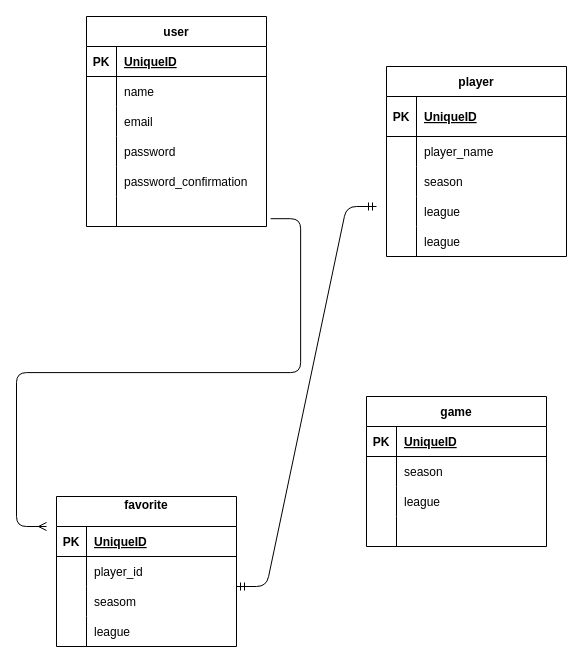
This is er_sample.drawio from Masaki-ohara/Players-Serach, a draw.io file, before an edit. Source tidied: cells renumbered, new cells numbered last; positions are measured from the earlier drawing's top-left corner, leaving out a move shared by most shapes. Both pictures are drawn from the tidied source at 100%, with x=0, y=0 at pixel (46, 16).
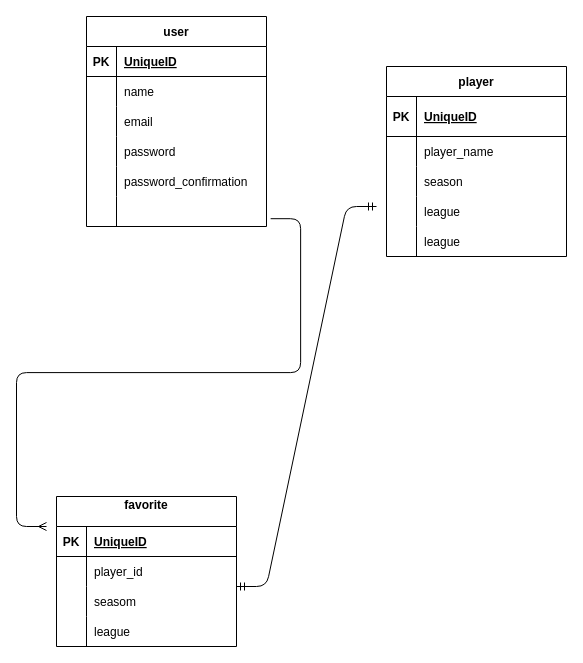
The same diagram, later.

The edit, as a diff of the source:
```diff
@@
-    <mxCell id="51" value="game" style="shape=table;startSize=30;childLayout=tableLayout;rowLines=0;fontStyle=1;align=center;" parent="1" vertex="1">
-      <mxGeometry x="320" y="380" width="180" height="150" as="geometry" />
-    </mxCell>
-    <mxCell id="52" style="shape=tableRow;horizontal=0;startSize=0;swimlaneHead=0;swimlaneBody=0;fillColor=none;top=0;left=0;right=0;bottom=1;" parent="51" vertex="1">
-      <mxGeometry y="30" width="180" height="30" as="geometry" />
-    </mxCell>
-    <mxCell id="53" value="PK" style="shape=partialRectangle;fillColor=none;top=0;left=0;bottom=0;right=0;fontStyle=1;overflow=hidden;" parent="52" vertex="1">
-      <mxGeometry width="30" height="30" as="geometry" />
-    </mxCell>
-    <mxCell id="54" value="UniqueID" style="shape=partialRectangle;fillColor=none;top=0;left=0;bottom=0;right=0;align=left;spacingLeft=6;fontStyle=5;overflow=hidden;" parent="52" vertex="1">
-      <mxGeometry x="30" width="150" height="30" as="geometry" />
-    </mxCell>
-    <mxCell id="55" style="shape=tableRow;horizontal=0;startSize=0;swimlaneHead=0;swimlaneBody=0;fillColor=none;top=0;left=0;right=0;bottom=0;" parent="51" vertex="1">
-      <mxGeometry y="60" width="180" height="30" as="geometry" />
-    </mxCell>
-    <mxCell id="56" style="shape=partialRectangle;fillColor=none;top=0;left=0;bottom=0;right=0;overflow=hidden;" parent="55" vertex="1">
-      <mxGeometry width="30" height="30" as="geometry" />
-    </mxCell>
-    <mxCell id="57" value="season" style="shape=partialRectangle;fillColor=none;top=0;left=0;bottom=0;right=0;align=left;spacingLeft=6;overflow=hidden;" parent="55" vertex="1">
-      <mxGeometry x="30" width="150" height="30" as="geometry" />
-    </mxCell>
-    <mxCell id="58" style="shape=tableRow;horizontal=0;startSize=0;swimlaneHead=0;swimlaneBody=0;fillColor=none;top=0;left=0;right=0;bottom=0;" parent="51" vertex="1">
-      <mxGeometry y="90" width="180" height="30" as="geometry" />
-    </mxCell>
-    <mxCell id="59" style="shape=partialRectangle;fillColor=none;top=0;left=0;bottom=0;right=0;overflow=hidden;" parent="58" vertex="1">
-      <mxGeometry width="30" height="30" as="geometry" />
-    </mxCell>
-    <mxCell id="60" value="league" style="shape=partialRectangle;fillColor=none;top=0;left=0;bottom=0;right=0;align=left;spacingLeft=6;overflow=hidden;" parent="58" vertex="1">
-      <mxGeometry x="30" width="150" height="30" as="geometry" />
-    </mxCell>
-    <mxCell id="61" style="shape=tableRow;horizontal=0;startSize=0;swimlaneHead=0;swimlaneBody=0;fillColor=none;top=0;left=0;right=0;bottom=0;" parent="51" vertex="1">
-      <mxGeometry y="120" width="180" height="30" as="geometry" />
-    </mxCell>
-    <mxCell id="62" style="shape=partialRectangle;fillColor=none;top=0;left=0;bottom=0;right=0;overflow=hidden;" parent="61" vertex="1">
-      <mxGeometry width="30" height="30" as="geometry" />
-    </mxCell>
-    <mxCell id="63" style="shape=partialRectangle;fillColor=none;top=0;left=0;bottom=0;right=0;align=left;spacingLeft=6;overflow=hidden;" parent="61" vertex="1">
-      <mxGeometry x="30" width="150" height="30" as="geometry" />
-    </mxCell>
```
